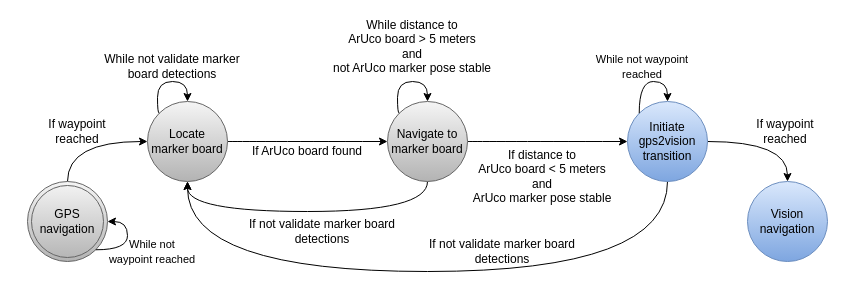
Above: master_report/Figures/gps2vision_transition.drawio in Kenil16/master_project (draw.io), before the change. Source tidied: cells renumbered, new cells numbered last; positions are measured from the earlier drawing's top-left corner, leaving out a move shared by most shapes. Both pictures are drawn from the tidied source at 100%, with x=0, y=0 at pixel (17, 31).
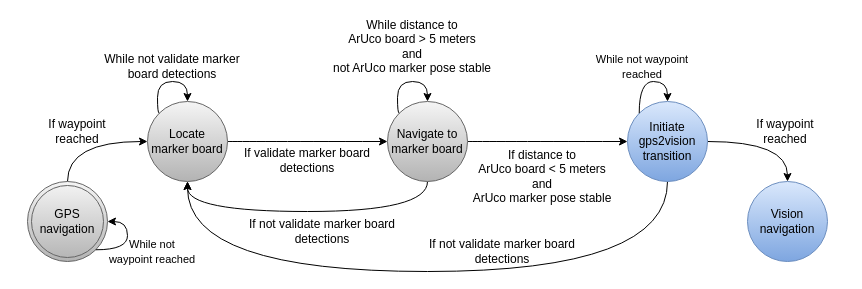
Above is the later version.

Diff of the diagram source:
```diff
@@
-    <mxCell id="14" value="If ArUco board found" style="text;html=1;strokeColor=none;fillColor=none;align=center;verticalAlign=middle;whiteSpace=wrap;rounded=0;" parent="1" vertex="1">
-      <mxGeometry x="220" y="110" width="140" height="20" as="geometry" />
-    </mxCell>
@@
+    <mxCell id="28" value="If validate marker board detections" style="text;html=1;strokeColor=none;fillColor=none;align=center;verticalAlign=middle;whiteSpace=wrap;rounded=0;" parent="1" vertex="1">
+      <mxGeometry x="215" y="119" width="150" height="20" as="geometry" />
+    </mxCell>
```
